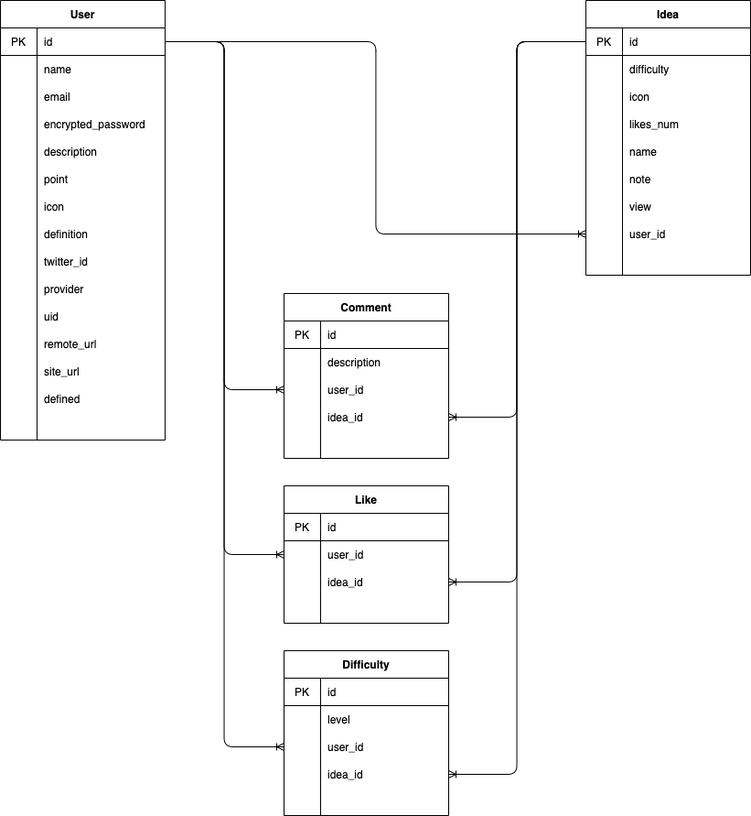
This is er.drawio.png from OpenMi-co-jp/ideee, a draw.io export, as it was before one commit. Source tidied: cells renumbered, new cells last; positions are measured from the earlier drawing's top-left corner, leaving out a move shared by most shapes.
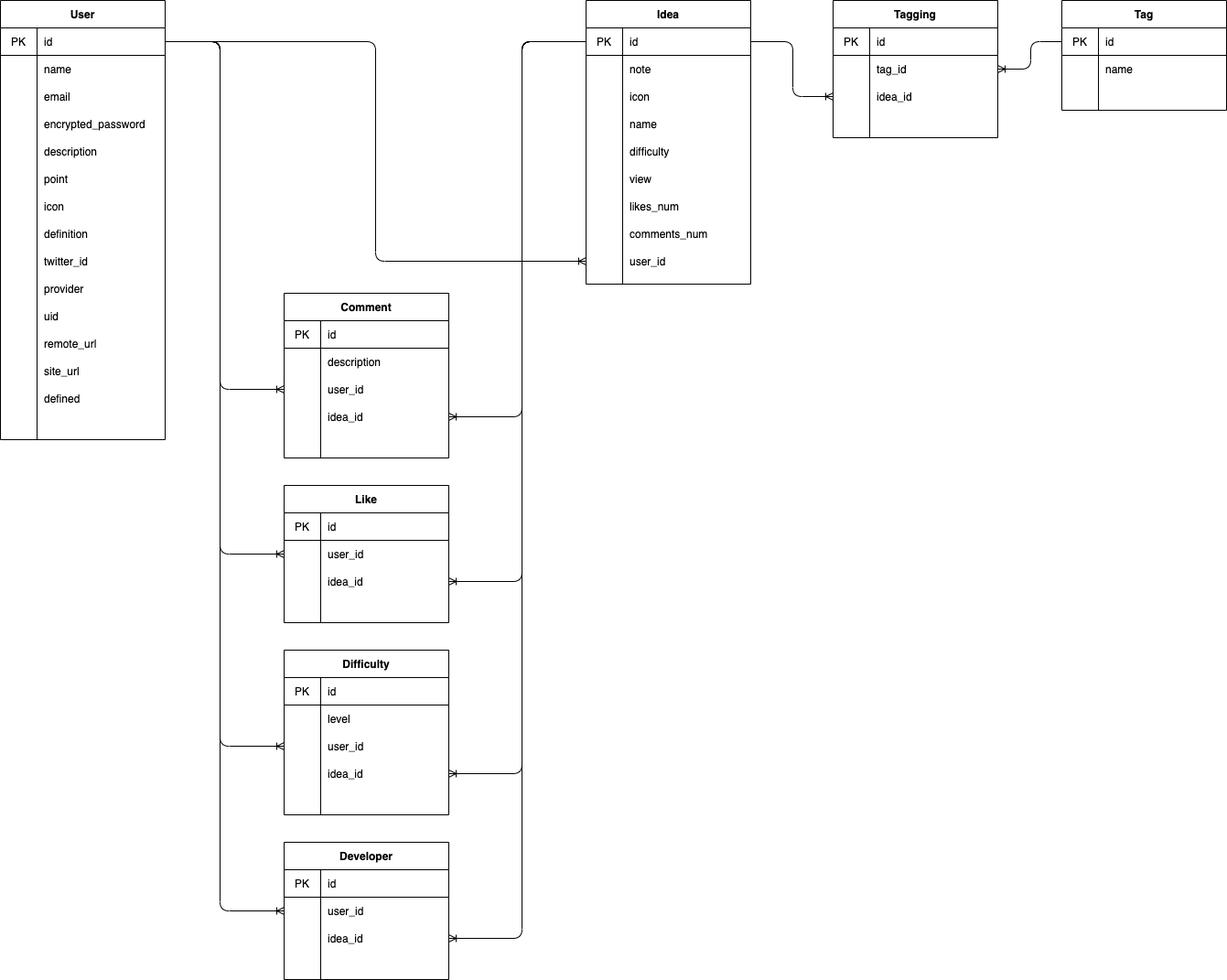
Later version of the same file.

Diff of the diagram source:
```diff
@@ -132,7 +132,7 @@
       <mxGeometry x="40" width="140" height="30" as="geometry" />
     </mxCell>
     <mxCell id="45" value="Idea" style="shape=table;startSize=30;rowLines=0;fontStyle=1;align=center;" parent="1" vertex="1">
-      <mxGeometry x="640" width="180" height="300" as="geometry" />
+      <mxGeometry x="640" width="180" height="310" as="geometry" />
     </mxCell>
     <mxCell id="46" style="shape=partialRectangle;html=1;whiteSpace=wrap;fillColor=none;top=0;left=0;bottom=1;right=0;points=[[0,0.5],[1,0.5]];portConstraint=eastwest;" parent="45" vertex="1">
       <mxGeometry y="30" width="180" height="30" as="geometry" />
@@ -149,7 +149,7 @@
     <mxCell id="50" style="shape=partialRectangle;html=1;whiteSpace=wrap;fillColor=none;top=0;left=0;bottom=0;right=0;overflow=hidden;" parent="49" vertex="1">
       <mxGeometry width="40" height="30" as="geometry" />
     </mxCell>
-    <mxCell id="51" value="difficulty" style="shape=partialRectangle;html=1;whiteSpace=wrap;fillColor=none;top=0;left=0;bottom=0;right=0;align=left;spacingLeft=6;overflow=hidden;" parent="49" vertex="1">
+    <mxCell id="51" value="note" style="shape=partialRectangle;html=1;whiteSpace=wrap;fillColor=none;top=0;left=0;bottom=0;right=0;align=left;spacingLeft=6;overflow=hidden;" parent="49" vertex="1">
       <mxGeometry x="40" width="140" height="30" as="geometry" />
     </mxCell>
     <mxCell id="52" style="shape=partialRectangle;html=1;whiteSpace=wrap;fillColor=none;top=0;left=0;bottom=0;right=0;" parent="45" vertex="1">
@@ -161,17 +161,8 @@
     <mxCell id="54" value="icon" style="shape=partialRectangle;html=1;whiteSpace=wrap;fillColor=none;top=0;left=0;bottom=0;right=0;align=left;spacingLeft=6;overflow=hidden;" parent="52" vertex="1">
       <mxGeometry x="40" width="140" height="30" as="geometry" />
     </mxCell>
-    <mxCell id="55" style="shape=partialRectangle;html=1;whiteSpace=wrap;fillColor=none;top=0;left=0;bottom=0;right=0;" parent="45" vertex="1">
-      <mxGeometry y="120" width="180" height="30" as="geometry" />
-    </mxCell>
-    <mxCell id="56" style="shape=partialRectangle;html=1;whiteSpace=wrap;fillColor=none;top=0;left=0;bottom=0;right=0;overflow=hidden;" parent="55" vertex="1">
-      <mxGeometry width="40" height="30" as="geometry" />
-    </mxCell>
-    <mxCell id="57" value="likes_num" style="shape=partialRectangle;html=1;whiteSpace=wrap;fillColor=none;top=0;left=0;bottom=0;right=0;align=left;spacingLeft=6;overflow=hidden;" parent="55" vertex="1">
-      <mxGeometry x="40" width="140" height="30" as="geometry" />
-    </mxCell>
     <mxCell id="58" style="shape=partialRectangle;html=1;whiteSpace=wrap;fillColor=none;top=0;left=0;bottom=0;right=0;" parent="45" vertex="1">
-      <mxGeometry y="150" width="180" height="30" as="geometry" />
+      <mxGeometry y="120" width="180" height="30" as="geometry" />
     </mxCell>
     <mxCell id="59" style="shape=partialRectangle;html=1;whiteSpace=wrap;fillColor=none;top=0;left=0;bottom=0;right=0;overflow=hidden;" parent="58" vertex="1">
       <mxGeometry width="40" height="30" as="geometry" />
@@ -180,16 +171,16 @@
       <mxGeometry x="40" width="140" height="30" as="geometry" />
     </mxCell>
     <mxCell id="61" style="shape=partialRectangle;html=1;whiteSpace=wrap;fillColor=none;top=0;left=0;bottom=0;right=0;" parent="45" vertex="1">
-      <mxGeometry y="180" width="180" height="30" as="geometry" />
+      <mxGeometry y="150" width="180" height="30" as="geometry" />
     </mxCell>
     <mxCell id="62" style="shape=partialRectangle;html=1;whiteSpace=wrap;fillColor=none;top=0;left=0;bottom=0;right=0;overflow=hidden;" parent="61" vertex="1">
       <mxGeometry width="40" height="30" as="geometry" />
     </mxCell>
-    <mxCell id="63" value="note" style="shape=partialRectangle;html=1;whiteSpace=wrap;fillColor=none;top=0;left=0;bottom=0;right=0;align=left;spacingLeft=6;overflow=hidden;" parent="61" vertex="1">
+    <mxCell id="63" value="difficulty" style="shape=partialRectangle;html=1;whiteSpace=wrap;fillColor=none;top=0;left=0;bottom=0;right=0;align=left;spacingLeft=6;overflow=hidden;" parent="61" vertex="1">
       <mxGeometry x="40" width="140" height="30" as="geometry" />
     </mxCell>
     <mxCell id="64" style="shape=partialRectangle;html=1;whiteSpace=wrap;fillColor=none;top=0;left=0;bottom=0;right=0;" parent="45" vertex="1">
-      <mxGeometry y="210" width="180" height="30" as="geometry" />
+      <mxGeometry y="180" width="180" height="30" as="geometry" />
     </mxCell>
     <mxCell id="65" style="shape=partialRectangle;html=1;whiteSpace=wrap;fillColor=none;top=0;left=0;bottom=0;right=0;overflow=hidden;" parent="64" vertex="1">
       <mxGeometry width="40" height="30" as="geometry" />
@@ -198,14 +189,32 @@
       <mxGeometry x="40" width="140" height="30" as="geometry" />
     </mxCell>
     <mxCell id="67" style="shape=partialRectangle;html=1;whiteSpace=wrap;fillColor=none;top=0;left=0;bottom=0;right=0;points=[[0,0.5],[1,0.5]];portConstraint=eastwest;" parent="45" vertex="1">
-      <mxGeometry y="240" width="180" height="30" as="geometry" />
+      <mxGeometry y="210" width="180" height="30" as="geometry" />
     </mxCell>
     <mxCell id="68" style="shape=partialRectangle;html=1;whiteSpace=wrap;fillColor=none;top=0;left=0;bottom=0;right=0;overflow=hidden;" parent="67" vertex="1">
       <mxGeometry width="40" height="30" as="geometry" />
     </mxCell>
-    <mxCell id="69" value="user_id" style="shape=partialRectangle;html=1;whiteSpace=wrap;fillColor=none;top=0;left=0;bottom=0;right=0;align=left;spacingLeft=6;overflow=hidden;" parent="67" vertex="1">
+    <mxCell id="69" value="likes_num" style="shape=partialRectangle;html=1;whiteSpace=wrap;fillColor=none;top=0;left=0;bottom=0;right=0;align=left;spacingLeft=6;overflow=hidden;" parent="67" vertex="1">
       <mxGeometry x="40" width="140" height="30" as="geometry" />
     </mxCell>
+    <mxCell id="113" style="shape=partialRectangle;html=1;whiteSpace=wrap;fillColor=none;top=0;left=0;bottom=0;right=0;" parent="45" vertex="1">
+      <mxGeometry y="240" width="180" height="30" as="geometry" />
+    </mxCell>
+    <mxCell id="114" style="shape=partialRectangle;html=1;whiteSpace=wrap;fillColor=none;top=0;left=0;bottom=0;right=0;overflow=hidden;" parent="113" vertex="1">
+      <mxGeometry width="40" height="30" as="geometry" />
+    </mxCell>
+    <mxCell id="115" value="comments_num" style="shape=partialRectangle;html=1;whiteSpace=wrap;fillColor=none;top=0;left=0;bottom=0;right=0;align=left;spacingLeft=6;overflow=hidden;" parent="113" vertex="1">
+      <mxGeometry x="40" width="140" height="30" as="geometry" />
+    </mxCell>
+    <mxCell id="116" style="shape=partialRectangle;html=1;whiteSpace=wrap;fillColor=none;top=0;left=0;bottom=0;right=0;points=[[0,0.5],[1,0.5]];portConstraint=eastwest;" parent="45" vertex="1">
+      <mxGeometry y="270" width="180" height="30" as="geometry" />
+    </mxCell>
+    <mxCell id="117" style="shape=partialRectangle;html=1;whiteSpace=wrap;fillColor=none;top=0;left=0;bottom=0;right=0;overflow=hidden;" parent="116" vertex="1">
+      <mxGeometry width="40" height="30" as="geometry" />
+    </mxCell>
+    <mxCell id="118" value="user_id" style="shape=partialRectangle;html=1;whiteSpace=wrap;fillColor=none;top=0;left=0;bottom=0;right=0;align=left;spacingLeft=6;overflow=hidden;" parent="116" vertex="1">
+      <mxGeometry x="40" width="140" height="30" as="geometry" />
+    </mxCell>
     <mxCell id="70" value="Comment" style="shape=table;startSize=30;rowLines=0;fontStyle=1;align=center;" parent="1" vertex="1">
       <mxGeometry x="310" y="320" width="180" height="180" as="geometry" />
     </mxCell>
@@ -314,28 +323,158 @@
     <mxCell id="105" value="idea_id" style="shape=partialRectangle;html=1;whiteSpace=wrap;fillColor=none;top=0;left=0;bottom=0;right=0;align=left;spacingLeft=6;overflow=hidden;" parent="103" vertex="1">
       <mxGeometry x="40" width="140" height="30" as="geometry" />
     </mxCell>
-    <mxCell id="106" style="endArrow=ERoneToMany;html=1;exitX=1;exitY=0.5;exitDx=0;exitDy=0;entryX=0;entryY=0.5;entryDx=0;entryDy=0;edgeStyle=elbowEdgeStyle;endFill=0;" parent="1" edge="1" source="3" target="67">
+    <mxCell id="106" style="endArrow=ERoneToMany;html=1;exitX=1;exitY=0.5;exitDx=0;exitDy=0;entryX=0;entryY=0.5;entryDx=0;entryDy=0;edgeStyle=elbowEdgeStyle;endFill=0;" parent="1" edge="1" source="3" target="116">
       <mxGeometry relative="1" as="geometry" />
     </mxCell>
     <mxCell id="107" style="endArrow=ERoneToMany;html=1;exitX=1;exitY=0.5;exitDx=0;exitDy=0;entryX=0;entryY=0.5;entryDx=0;entryDy=0;edgeStyle=elbowEdgeStyle;endFill=0;" parent="1" edge="1" source="3" target="77">
-      <mxGeometry relative="1" as="geometry" />
+      <mxGeometry relative="1" as="geometry">
+        <Array as="points">
+          <mxPoint x="240" y="110" />
+        </Array>
+      </mxGeometry>
     </mxCell>
     <mxCell id="108" style="endArrow=ERoneToMany;html=1;exitX=1;exitY=0.5;exitDx=0;exitDy=0;edgeStyle=elbowEdgeStyle;endFill=0;entryX=0;entryY=0.5;entryDx=0;entryDy=0;" parent="1" edge="1" source="3" target="87">
-      <mxGeometry relative="1" as="geometry" />
+      <mxGeometry relative="1" as="geometry">
+        <Array as="points">
+          <mxPoint x="240" y="110" />
+        </Array>
+      </mxGeometry>
     </mxCell>
     <mxCell id="109" style="endArrow=ERoneToMany;html=1;exitX=1;exitY=0.5;exitDx=0;exitDy=0;edgeStyle=elbowEdgeStyle;endFill=0;entryX=0;entryY=0.5;entryDx=0;entryDy=0;" parent="1" edge="1" source="3" target="100">
-      <mxGeometry relative="1" as="geometry" />
+      <mxGeometry relative="1" as="geometry">
+        <Array as="points">
+          <mxPoint x="240" y="110" />
+        </Array>
+      </mxGeometry>
     </mxCell>
     <mxCell id="110" style="endArrow=ERoneToMany;html=1;exitX=0;exitY=0.5;exitDx=0;exitDy=0;edgeStyle=elbowEdgeStyle;endFill=0;" parent="1" edge="1" source="46">
       <mxGeometry relative="1" as="geometry">
         <mxPoint x="490" y="455" as="targetPoint" />
+        <Array as="points">
+          <mxPoint x="570" y="80" />
+        </Array>
       </mxGeometry>
     </mxCell>
     <mxCell id="111" style="endArrow=ERoneToMany;html=1;exitX=0;exitY=0.5;exitDx=0;exitDy=0;edgeStyle=elbowEdgeStyle;endFill=0;entryX=1;entryY=0.5;entryDx=0;entryDy=0;" parent="1" edge="1" source="46" target="90">
-      <mxGeometry relative="1" as="geometry" />
+      <mxGeometry relative="1" as="geometry">
+        <Array as="points">
+          <mxPoint x="570" y="70" />
+        </Array>
+      </mxGeometry>
     </mxCell>
     <mxCell id="112" style="endArrow=ERoneToMany;html=1;exitX=0;exitY=0.5;exitDx=0;exitDy=0;edgeStyle=elbowEdgeStyle;endFill=0;entryX=1;entryY=0.5;entryDx=0;entryDy=0;" parent="1" edge="1" source="46" target="103">
-      <mxGeometry relative="1" as="geometry" />
+      <mxGeometry relative="1" as="geometry">
+        <Array as="points">
+          <mxPoint x="570" y="70" />
+        </Array>
+      </mxGeometry>
     </mxCell>
+    <mxCell id="119" value="Tagging" style="shape=table;startSize=30;rowLines=0;fontStyle=1;align=center;" parent="1" vertex="1">
+      <mxGeometry x="910" width="180" height="150" as="geometry" />
+    </mxCell>
+    <mxCell id="120" style="shape=partialRectangle;html=1;whiteSpace=wrap;fillColor=none;top=0;left=0;bottom=1;right=0;" parent="119" vertex="1">
+      <mxGeometry y="30" width="180" height="30" as="geometry" />
+    </mxCell>
+    <mxCell id="121" value="PK" style="shape=partialRectangle;html=1;whiteSpace=wrap;fillColor=none;top=0;left=0;bottom=0;right=0;overflow=hidden;" parent="120" vertex="1">
+      <mxGeometry width="40" height="30" as="geometry" />
+    </mxCell>
+    <mxCell id="122" value="id" style="shape=partialRectangle;html=1;whiteSpace=wrap;fillColor=none;top=0;left=0;bottom=0;right=0;align=left;spacingLeft=6;overflow=hidden;" parent="120" vertex="1">
+      <mxGeometry x="40" width="140" height="30" as="geometry" />
+    </mxCell>
+    <mxCell id="123" style="shape=partialRectangle;html=1;whiteSpace=wrap;fillColor=none;top=0;left=0;bottom=0;right=0;points=[[0,0.5],[1,0.5]];portConstraint=eastwest;" parent="119" vertex="1">
+      <mxGeometry y="60" width="180" height="30" as="geometry" />
+    </mxCell>
+    <mxCell id="124" style="shape=partialRectangle;html=1;whiteSpace=wrap;fillColor=none;top=0;left=0;bottom=0;right=0;overflow=hidden;" parent="123" vertex="1">
+      <mxGeometry width="40" height="30" as="geometry" />
+    </mxCell>
+    <mxCell id="125" value="tag_id" style="shape=partialRectangle;html=1;whiteSpace=wrap;fillColor=none;top=0;left=0;bottom=0;right=0;align=left;spacingLeft=6;overflow=hidden;" parent="123" vertex="1">
+      <mxGeometry x="40" width="140" height="30" as="geometry" />
+    </mxCell>
+    <mxCell id="126" style="shape=partialRectangle;html=1;whiteSpace=wrap;fillColor=none;top=0;left=0;bottom=0;right=0;points=[[0,0.5],[1,0.5]];portConstraint=eastwest;" parent="119" vertex="1">
+      <mxGeometry y="90" width="180" height="30" as="geometry" />
+    </mxCell>
+    <mxCell id="127" style="shape=partialRectangle;html=1;whiteSpace=wrap;fillColor=none;top=0;left=0;bottom=0;right=0;overflow=hidden;" parent="126" vertex="1">
+      <mxGeometry width="40" height="30" as="geometry" />
+    </mxCell>
+    <mxCell id="128" value="idea_id" style="shape=partialRectangle;html=1;whiteSpace=wrap;fillColor=none;top=0;left=0;bottom=0;right=0;align=left;spacingLeft=6;overflow=hidden;" parent="126" vertex="1">
+      <mxGeometry x="40" width="140" height="30" as="geometry" />
+    </mxCell>
+    <mxCell id="129" style="endArrow=ERoneToMany;html=1;exitX=1;exitY=0.5;exitDx=0;exitDy=0;entryX=0;entryY=0.5;entryDx=0;entryDy=0;edgeStyle=elbowEdgeStyle;endFill=0;" parent="1" edge="1" source="46" target="126">
+      <mxGeometry relative="1" as="geometry" />
+    </mxCell>
+    <mxCell id="130" value="Tag" style="shape=table;startSize=30;rowLines=0;fontStyle=1;align=center;" parent="1" vertex="1">
+      <mxGeometry x="1160" width="180" height="120" as="geometry" />
+    </mxCell>
+    <mxCell id="131" style="shape=partialRectangle;html=1;whiteSpace=wrap;fillColor=none;top=0;left=0;bottom=1;right=0;points=[[0,0.5],[1,0.5]];portConstraint=eastwest;" parent="130" vertex="1">
+      <mxGeometry y="30" width="180" height="30" as="geometry" />
+    </mxCell>
+    <mxCell id="132" value="PK" style="shape=partialRectangle;html=1;whiteSpace=wrap;fillColor=none;top=0;left=0;bottom=0;right=0;overflow=hidden;" parent="131" vertex="1">
+      <mxGeometry width="40" height="30" as="geometry" />
+    </mxCell>
+    <mxCell id="133" value="id" style="shape=partialRectangle;html=1;whiteSpace=wrap;fillColor=none;top=0;left=0;bottom=0;right=0;align=left;spacingLeft=6;overflow=hidden;" parent="131" vertex="1">
+      <mxGeometry x="40" width="140" height="30" as="geometry" />
+    </mxCell>
+    <mxCell id="134" style="shape=partialRectangle;html=1;whiteSpace=wrap;fillColor=none;top=0;left=0;bottom=0;right=0;" parent="130" vertex="1">
+      <mxGeometry y="60" width="180" height="30" as="geometry" />
+    </mxCell>
+    <mxCell id="135" style="shape=partialRectangle;html=1;whiteSpace=wrap;fillColor=none;top=0;left=0;bottom=0;right=0;overflow=hidden;" parent="134" vertex="1">
+      <mxGeometry width="40" height="30" as="geometry" />
+    </mxCell>
+    <mxCell id="136" value="name" style="shape=partialRectangle;html=1;whiteSpace=wrap;fillColor=none;top=0;left=0;bottom=0;right=0;align=left;spacingLeft=6;overflow=hidden;" parent="134" vertex="1">
+      <mxGeometry x="40" width="140" height="30" as="geometry" />
+    </mxCell>
+    <mxCell id="137" style="endArrow=ERoneToMany;html=1;exitX=0;exitY=0.5;exitDx=0;exitDy=0;entryX=1;entryY=0.5;entryDx=0;entryDy=0;edgeStyle=elbowEdgeStyle;endFill=0;" parent="1" edge="1" source="131" target="123">
+      <mxGeometry relative="1" as="geometry" />
+    </mxCell>
+    <mxCell id="138" value="Developer" style="shape=table;startSize=30;rowLines=0;fontStyle=1;align=center;" parent="1" vertex="1">
+      <mxGeometry x="310" y="920" width="180" height="150" as="geometry" />
+    </mxCell>
+    <mxCell id="139" style="shape=partialRectangle;html=1;whiteSpace=wrap;fillColor=none;top=0;left=0;bottom=1;right=0;" parent="138" vertex="1">
+      <mxGeometry y="30" width="180" height="30" as="geometry" />
+    </mxCell>
+    <mxCell id="140" value="PK" style="shape=partialRectangle;html=1;whiteSpace=wrap;fillColor=none;top=0;left=0;bottom=0;right=0;overflow=hidden;" parent="139" vertex="1">
+      <mxGeometry width="40" height="30" as="geometry" />
+    </mxCell>
+    <mxCell id="141" value="id" style="shape=partialRectangle;html=1;whiteSpace=wrap;fillColor=none;top=0;left=0;bottom=0;right=0;align=left;spacingLeft=6;overflow=hidden;" parent="139" vertex="1">
+      <mxGeometry x="40" width="140" height="30" as="geometry" />
+    </mxCell>
+    <mxCell id="142" style="shape=partialRectangle;html=1;whiteSpace=wrap;fillColor=none;top=0;left=0;bottom=0;right=0;points=[[0,0.5],[1,0.5]];portConstraint=eastwest;" parent="138" vertex="1">
+      <mxGeometry y="60" width="180" height="30" as="geometry" />
+    </mxCell>
+    <mxCell id="143" style="shape=partialRectangle;html=1;whiteSpace=wrap;fillColor=none;top=0;left=0;bottom=0;right=0;overflow=hidden;" parent="142" vertex="1">
+      <mxGeometry width="40" height="30" as="geometry" />
+    </mxCell>
+    <mxCell id="144" value="user_id" style="shape=partialRectangle;html=1;whiteSpace=wrap;fillColor=none;top=0;left=0;bottom=0;right=0;align=left;spacingLeft=6;overflow=hidden;" parent="142" vertex="1">
+      <mxGeometry x="40" width="140" height="30" as="geometry" />
+    </mxCell>
+    <mxCell id="145" style="shape=partialRectangle;html=1;whiteSpace=wrap;fillColor=none;top=0;left=0;bottom=0;right=0;points=[[0,0.5],[1,0.5]];portConstraint=eastwest;" parent="138" vertex="1">
+      <mxGeometry y="90" width="180" height="30" as="geometry" />
+    </mxCell>
+    <mxCell id="146" style="shape=partialRectangle;html=1;whiteSpace=wrap;fillColor=none;top=0;left=0;bottom=0;right=0;overflow=hidden;" parent="145" vertex="1">
+      <mxGeometry width="40" height="30" as="geometry" />
+    </mxCell>
+    <mxCell id="147" value="idea_id" style="shape=partialRectangle;html=1;whiteSpace=wrap;fillColor=none;top=0;left=0;bottom=0;right=0;align=left;spacingLeft=6;overflow=hidden;" parent="145" vertex="1">
+      <mxGeometry x="40" width="140" height="30" as="geometry" />
+    </mxCell>
+    <mxCell id="148" style="endArrow=ERoneToMany;html=1;edgeStyle=elbowEdgeStyle;endFill=0;entryX=0;entryY=0.5;entryDx=0;entryDy=0;" parent="1" edge="1" target="142">
+      <mxGeometry relative="1" as="geometry">
+        <mxPoint x="180" y="45" as="sourcePoint" />
+        <Array as="points">
+          <mxPoint x="240" y="120" />
+          <mxPoint x="250" y="520" />
+          <mxPoint x="250" y="870" />
+          <mxPoint x="250" y="70" />
+          <mxPoint x="240" y="70" />
+          <mxPoint x="250" y="60" />
+        </Array>
+      </mxGeometry>
+    </mxCell>
+    <mxCell id="149" style="endArrow=ERoneToMany;html=1;exitX=0;exitY=0.5;exitDx=0;exitDy=0;edgeStyle=elbowEdgeStyle;endFill=0;entryX=1;entryY=0.5;entryDx=0;entryDy=0;" parent="1" edge="1" source="46" target="145">
+      <mxGeometry relative="1" as="geometry">
+        <Array as="points">
+          <mxPoint x="570" y="840" />
+        </Array>
+      </mxGeometry>
+    </mxCell>
   </root>
 </mxGraphModel>
```
